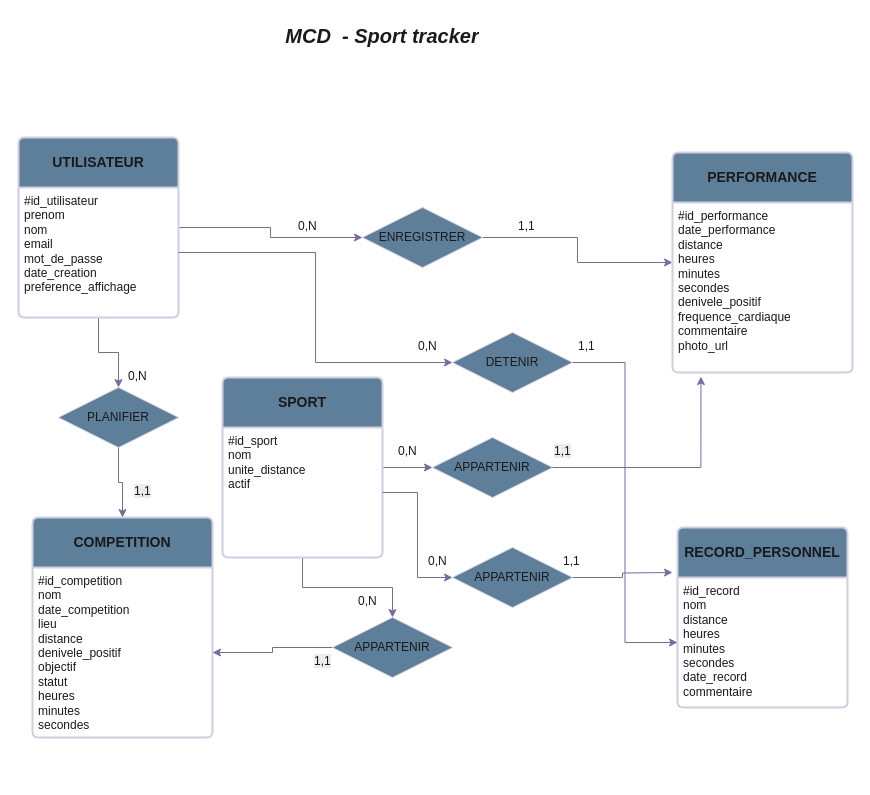
Before: docs/mld/MLD.drawio in gaetan-gerbert91/sport-tracker, a draw.io diagram. Source tidied: cells renumbered, new cells numbered last; positions are measured from the earlier drawing's top-left corner, leaving out a move shared by most shapes. Both pictures are drawn from the tidied source at 100%, with x=0, y=0 at pixel (18, 17).
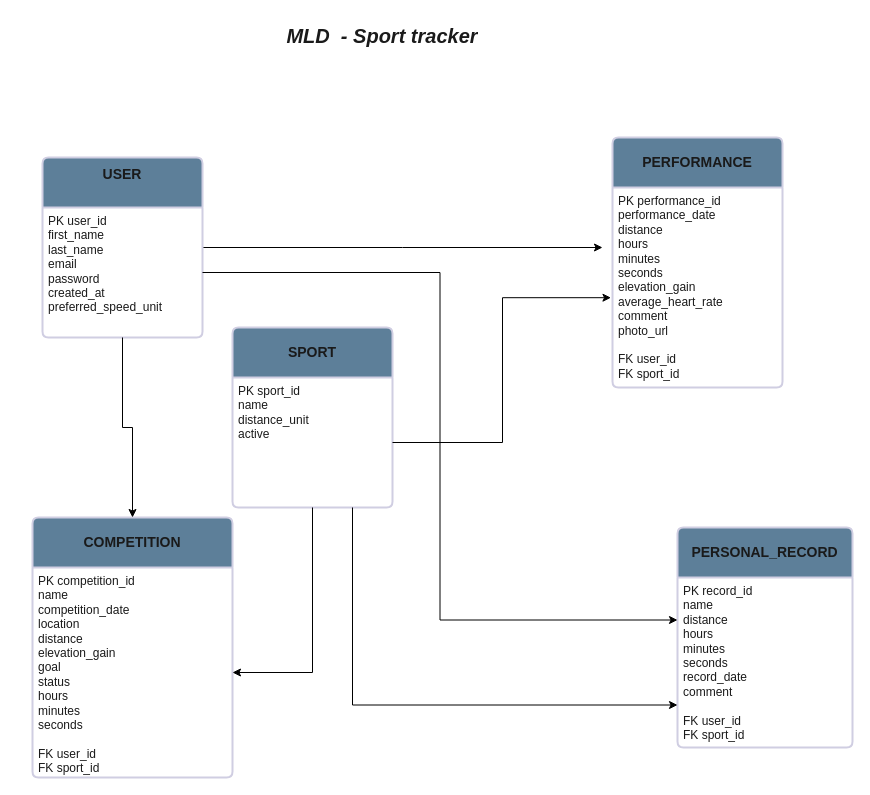
Above is the later version.

The edit, as a diff of the source:
```diff
@@
-    <mxCell id="2" style="edgeStyle=orthogonalEdgeStyle;rounded=0;jettySize=auto;html=1;exitX=1;exitY=0.5;exitDx=0;exitDy=0;entryX=0;entryY=0.5;entryDx=0;entryDy=0;strokeColor=#736CA8;fontColor=#1A1A1A;" parent="1" edge="1" source="3" target="12">
-      <mxGeometry relative="1" as="geometry" />
-    </mxCell>
-    <mxCell id="3" value="ENREGISTRER" style="shape=rhombus;perimeter=rhombusPerimeter;whiteSpace=wrap;html=1;align=center;strokeColor=#D0CEE2;fontColor=#1A1A1A;fillColor=#5D7F99;" parent="1" vertex="1">
-      <mxGeometry x="344" y="190" width="120" height="60" as="geometry" />
-    </mxCell>
-    <mxCell id="4" style="edgeStyle=orthogonalEdgeStyle;rounded=0;jettySize=auto;html=1;exitX=1;exitY=0.5;exitDx=0;exitDy=0;entryX=0;entryY=0.5;entryDx=0;entryDy=0;strokeColor=#736CA8;fontColor=#1A1A1A;" parent="1" edge="1" source="6" target="3">
-      <mxGeometry relative="1" as="geometry" />
-    </mxCell>
-    <mxCell id="5" style="edgeStyle=orthogonalEdgeStyle;rounded=0;jettySize=auto;html=1;entryX=0.5;entryY=0;entryDx=0;entryDy=0;strokeColor=#736CA8;fontColor=#1A1A1A;" parent="1" edge="1" source="6" target="23">
-      <mxGeometry relative="1" as="geometry" />
-    </mxCell>
+    <mxCell id="43" style="edgeStyle=orthogonalEdgeStyle;rounded=0;jettySize=auto;html=1;fontFamily=Helvetica;fontSize=12;fontColor=#1A1A1A;fontStyle=1;labelBackgroundColor=none;" parent="1" edge="1" source="6">
+      <mxGeometry relative="1" as="geometry">
+        <mxPoint x="584" y="230" as="targetPoint" />
+      </mxGeometry>
+    </mxCell>
-    <mxCell id="6" value="UTILISATEUR" style="swimlane;horizontal=1;startSize=50;rounded=1;fontSize=14;fontStyle=1;strokeWidth=2;shadow=0;dashed=0;align=center;arcSize=4;whiteSpace=wrap;html=1;strokeColor=#D0CEE2;fontColor=#1A1A1A;fillColor=#5D7F99;" parent="1" vertex="1">
-      <mxGeometry y="120" width="160" height="180" as="geometry" />
+    <mxCell id="6" value="&#10;USER&#10;&#10;" style="swimlane;horizontal=1;startSize=50;rounded=1;fontSize=14;fontStyle=1;strokeWidth=2;shadow=0;dashed=0;align=center;arcSize=4;whiteSpace=wrap;html=1;strokeColor=#D0CEE2;fontColor=#1A1A1A;fillColor=#5D7F99;" parent="1" vertex="1">
+      <mxGeometry x="24" y="140" width="160" height="180" as="geometry" />
     </mxCell>
-    <mxCell id="7" value="&lt;div&gt;#id_utilisateur&lt;/div&gt;&lt;div&gt;prenom&lt;/div&gt;&lt;div&gt;nom&lt;/div&gt;&lt;div&gt;email&lt;/div&gt;&lt;div&gt;mot_de_passe&lt;/div&gt;&lt;div&gt;date_creation&lt;/div&gt;&lt;div&gt;preference_affichage&lt;/div&gt;" style="align=left;strokeColor=none;fillColor=none;spacingLeft=4;spacingRight=4;fontSize=12;verticalAlign=top;html=1;whiteSpace=wrap;fontColor=#1A1A1A;" parent="6" vertex="1">
+    <mxCell id="7" value="&lt;div&gt;PK user_id&lt;/div&gt;&lt;div&gt;first_name&lt;/div&gt;&lt;div&gt;last_name&lt;/div&gt;&lt;div&gt;email&lt;/div&gt;&lt;div&gt;password&lt;/div&gt;&lt;div&gt;created_at&lt;/div&gt;&lt;div&gt;preferred_speed_unit&lt;/div&gt;" style="align=left;strokeColor=none;fillColor=none;spacingLeft=4;spacingRight=4;fontSize=12;verticalAlign=top;html=1;whiteSpace=wrap;fontColor=#1A1A1A;" parent="6" vertex="1">
       <mxGeometry y="50" width="160" height="130" as="geometry" />
     </mxCell>
-    <mxCell id="8" style="edgeStyle=orthogonalEdgeStyle;rounded=0;jettySize=auto;html=1;strokeColor=#736CA8;fontColor=#1A1A1A;" parent="1" edge="1" source="10" target="18">
-      <mxGeometry relative="1" as="geometry" />
-    </mxCell>
-    <mxCell id="9" style="edgeStyle=orthogonalEdgeStyle;rounded=0;jettySize=auto;html=1;entryX=0.5;entryY=0;entryDx=0;entryDy=0;strokeColor=#736CA8;fontColor=#1A1A1A;" parent="1" edge="1" source="10" target="21">
-      <mxGeometry relative="1" as="geometry" />
-    </mxCell>
     <mxCell id="10" value="SPORT" style="swimlane;horizontal=1;startSize=50;rounded=1;fontSize=14;fontStyle=1;strokeWidth=2;shadow=0;dashed=0;align=center;arcSize=4;whiteSpace=wrap;html=1;strokeColor=#D0CEE2;fontColor=#1A1A1A;fillColor=#5D7F99;" parent="1" vertex="1">
-      <mxGeometry x="204" y="360" width="160" height="180" as="geometry" />
+      <mxGeometry x="214" y="310" width="160" height="180" as="geometry" />
     </mxCell>
-    <mxCell id="11" value="&lt;div&gt;#id_sport&lt;/div&gt;&lt;div&gt;nom&lt;/div&gt;&lt;div&gt;unite_distance&lt;/div&gt;&lt;div&gt;actif&lt;/div&gt;" style="align=left;strokeColor=none;fillColor=none;spacingLeft=4;spacingRight=4;fontSize=12;verticalAlign=top;html=1;whiteSpace=wrap;fontColor=#1A1A1A;" parent="10" vertex="1">
+    <mxCell id="11" value="&lt;div&gt;PK sport_id&lt;/div&gt;&lt;div&gt;name&lt;/div&gt;&lt;div&gt;distance_unit&lt;/div&gt;&lt;div&gt;active&lt;/div&gt;" style="align=left;strokeColor=none;fillColor=none;spacingLeft=4;spacingRight=4;fontSize=12;verticalAlign=top;html=1;whiteSpace=wrap;fontColor=#1A1A1A;" parent="10" vertex="1">
       <mxGeometry y="50" width="160" height="130" as="geometry" />
     </mxCell>
     <mxCell id="12" value="PERFORMANCE" style="swimlane;horizontal=1;startSize=50;rounded=1;fontSize=14;fontStyle=1;strokeWidth=2;shadow=0;dashed=0;align=center;arcSize=4;whiteSpace=wrap;html=1;strokeColor=#D0CEE2;fontColor=#1A1A1A;fillColor=#5D7F99;" parent="1" vertex="1">
-      <mxGeometry x="654" y="135" width="180" height="220" as="geometry" />
+      <mxGeometry x="594" y="120" width="170" height="250" as="geometry" />
     </mxCell>
-    <mxCell id="13" value="&lt;div&gt;#id_performance&lt;/div&gt;&lt;div&gt;date_performance&lt;/div&gt;&lt;div&gt;distance&lt;/div&gt;&lt;div&gt;heures&lt;/div&gt;&lt;div&gt;minutes&lt;/div&gt;&lt;div&gt;secondes&lt;/div&gt;&lt;div&gt;denivele_positif&lt;/div&gt;&lt;div&gt;frequence_cardiaque&lt;/div&gt;&lt;div&gt;commentaire&lt;/div&gt;&lt;div&gt;photo_url&lt;/div&gt;" style="align=left;strokeColor=none;fillColor=none;spacingLeft=4;spacingRight=4;fontSize=12;verticalAlign=top;html=1;whiteSpace=wrap;fontColor=#1A1A1A;" parent="12" vertex="1">
-      <mxGeometry y="50" width="180" height="170" as="geometry" />
+    <mxCell id="13" value="&lt;div&gt;PK performance_id&lt;/div&gt;&lt;div&gt;performance_date&lt;/div&gt;&lt;div&gt;distance&lt;/div&gt;&lt;div&gt;hours&lt;/div&gt;&lt;div&gt;minutes&lt;/div&gt;&lt;div&gt;seconds&lt;/div&gt;&lt;div&gt;elevation_gain&lt;/div&gt;&lt;div&gt;average_heart_rate&lt;/div&gt;&lt;div&gt;comment&lt;/div&gt;&lt;div&gt;photo_url&lt;/div&gt;&lt;div&gt;&lt;br&gt;&lt;/div&gt;&lt;div&gt;FK user_id&lt;/div&gt;&lt;div&gt;FK sport_id&lt;/div&gt;" style="align=left;strokeColor=none;fillColor=none;spacingLeft=4;spacingRight=4;fontSize=12;verticalAlign=top;html=1;whiteSpace=wrap;fontColor=#1A1A1A;" parent="12" vertex="1">
+      <mxGeometry y="50" width="170" height="200" as="geometry" />
     </mxCell>
     <mxCell id="14" value="COMPETITION" style="swimlane;horizontal=1;startSize=50;rounded=1;fontSize=14;fontStyle=1;strokeWidth=2;shadow=0;dashed=0;align=center;arcSize=4;whiteSpace=wrap;html=1;strokeColor=#D0CEE2;fontColor=#1A1A1A;fillColor=#5D7F99;" parent="1" vertex="1">
-      <mxGeometry x="14" y="500" width="180" height="220" as="geometry" />
+      <mxGeometry x="14" y="500" width="200" height="260" as="geometry" />
     </mxCell>
-    <mxCell id="15" value="&lt;div&gt;#id_competition&lt;/div&gt;&lt;div&gt;nom&lt;/div&gt;&lt;div&gt;date_competition&lt;/div&gt;&lt;div&gt;lieu&lt;/div&gt;&lt;div&gt;distance&lt;/div&gt;&lt;div&gt;denivele_positif&lt;/div&gt;&lt;div&gt;objectif&lt;/div&gt;&lt;div&gt;statut&lt;/div&gt;&lt;div&gt;heures&lt;/div&gt;&lt;div&gt;minutes&lt;/div&gt;&lt;div&gt;secondes&lt;/div&gt;" style="align=left;strokeColor=none;fillColor=none;spacingLeft=4;spacingRight=4;fontSize=12;verticalAlign=top;html=1;whiteSpace=wrap;fontColor=#1A1A1A;" parent="14" vertex="1">
-      <mxGeometry y="50" width="180" height="170" as="geometry" />
+    <mxCell id="15" value="&lt;div&gt;PK competition_id&lt;/div&gt;&lt;div&gt;name&lt;/div&gt;&lt;div&gt;competition_date&lt;/div&gt;&lt;div&gt;location&lt;/div&gt;&lt;div&gt;distance&lt;/div&gt;&lt;div&gt;elevation_gain&lt;/div&gt;&lt;div&gt;goal&lt;/div&gt;&lt;div&gt;status&lt;/div&gt;&lt;div&gt;hours&lt;/div&gt;&lt;div&gt;minutes&lt;/div&gt;&lt;div&gt;seconds&lt;/div&gt;&lt;div&gt;&lt;br&gt;&lt;/div&gt;&lt;div&gt;FK user_id&lt;/div&gt;&lt;div&gt;FK sport_id&lt;/div&gt;" style="align=left;strokeColor=none;fillColor=none;spacingLeft=4;spacingRight=4;fontSize=12;verticalAlign=top;html=1;whiteSpace=wrap;fontColor=#1A1A1A;" parent="14" vertex="1">
+      <mxGeometry y="50" width="200" height="210" as="geometry" />
     </mxCell>
-    <mxCell id="16" value="RECORD_PERSONNEL" style="swimlane;horizontal=1;startSize=50;rounded=1;fontSize=14;fontStyle=1;strokeWidth=2;shadow=0;dashed=0;align=center;arcSize=4;whiteSpace=wrap;html=1;strokeColor=#D0CEE2;fontColor=#1A1A1A;fillColor=#5D7F99;" parent="1" vertex="1">
-      <mxGeometry x="659" y="510" width="170" height="180" as="geometry" />
+    <mxCell id="16" value="PERSONAL_RECORD" style="swimlane;horizontal=1;startSize=50;rounded=1;fontSize=14;fontStyle=1;strokeWidth=2;shadow=0;dashed=0;align=center;arcSize=4;whiteSpace=wrap;html=1;strokeColor=#D0CEE2;fontColor=#1A1A1A;fillColor=#5D7F99;" parent="1" vertex="1">
+      <mxGeometry x="659" y="510" width="175" height="220" as="geometry" />
     </mxCell>
-    <mxCell id="17" value="&lt;div&gt;#id_record&lt;/div&gt;&lt;div&gt;nom&lt;/div&gt;&lt;div&gt;distance&lt;/div&gt;&lt;div&gt;heures&lt;/div&gt;&lt;div&gt;minutes&lt;/div&gt;&lt;div&gt;secondes&lt;/div&gt;&lt;div&gt;date_record&lt;/div&gt;&lt;div&gt;commentaire&lt;/div&gt;" style="align=left;strokeColor=none;fillColor=none;spacingLeft=4;spacingRight=4;fontSize=12;verticalAlign=top;html=1;whiteSpace=wrap;fontColor=#1A1A1A;" parent="16" vertex="1">
-      <mxGeometry y="50" width="170" height="130" as="geometry" />
+    <mxCell id="17" value="&lt;div&gt;PK record_id&lt;/div&gt;&lt;div&gt;name&lt;/div&gt;&lt;div&gt;distance&lt;/div&gt;&lt;div&gt;hours&lt;/div&gt;&lt;div&gt;minutes&lt;/div&gt;&lt;div&gt;seconds&lt;/div&gt;&lt;div&gt;record_date&lt;/div&gt;&lt;div&gt;comment&lt;/div&gt;&lt;div&gt;&lt;br&gt;&lt;/div&gt;&lt;div&gt;FK user_id&lt;/div&gt;&lt;div&gt;FK sport_id&lt;/div&gt;" style="align=left;strokeColor=none;fillColor=none;spacingLeft=4;spacingRight=4;fontSize=12;verticalAlign=top;html=1;whiteSpace=wrap;fontColor=#1A1A1A;" parent="16" vertex="1">
+      <mxGeometry y="50" width="175" height="170" as="geometry" />
     </mxCell>
-    <mxCell id="18" value="APPARTENIR" style="shape=rhombus;perimeter=rhombusPerimeter;whiteSpace=wrap;html=1;align=center;strokeColor=#D0CEE2;fontColor=#1A1A1A;fillColor=#5D7F99;" parent="1" vertex="1">
-      <mxGeometry x="414" y="420" width="120" height="60" as="geometry" />
-    </mxCell>
-    <mxCell id="19" style="edgeStyle=orthogonalEdgeStyle;rounded=0;jettySize=auto;html=1;entryX=0.158;entryY=1.024;entryDx=0;entryDy=0;entryPerimeter=0;strokeColor=#736CA8;fontColor=#1A1A1A;" parent="1" edge="1" source="18" target="13">
-      <mxGeometry relative="1" as="geometry" />
-    </mxCell>
-    <mxCell id="20" style="edgeStyle=orthogonalEdgeStyle;rounded=0;jettySize=auto;html=1;exitX=0;exitY=0.5;exitDx=0;exitDy=0;entryX=1;entryY=0.5;entryDx=0;entryDy=0;strokeColor=#736CA8;fontColor=#1A1A1A;" parent="1" edge="1" source="21" target="15">
-      <mxGeometry relative="1" as="geometry" />
-    </mxCell>
-    <mxCell id="21" value="APPARTENIR" style="shape=rhombus;perimeter=rhombusPerimeter;whiteSpace=wrap;html=1;align=center;strokeColor=#D0CEE2;fontColor=#1A1A1A;fillColor=#5D7F99;" parent="1" vertex="1">
-      <mxGeometry x="314" y="600" width="120" height="60" as="geometry" />
-    </mxCell>
-    <mxCell id="22" style="edgeStyle=orthogonalEdgeStyle;rounded=0;jettySize=auto;html=1;exitX=0.5;exitY=1;exitDx=0;exitDy=0;strokeColor=#736CA8;fontColor=#1A1A1A;" parent="1" edge="1" source="23" target="14">
-      <mxGeometry relative="1" as="geometry" />
-    </mxCell>
-    <mxCell id="23" value="PLANIFIER" style="shape=rhombus;perimeter=rhombusPerimeter;whiteSpace=wrap;html=1;align=center;strokeColor=#D0CEE2;fontColor=#1A1A1A;fillColor=#5D7F99;" parent="1" vertex="1">
-      <mxGeometry x="40" y="370" width="120" height="60" as="geometry" />
-    </mxCell>
-    <mxCell id="24" style="edgeStyle=orthogonalEdgeStyle;rounded=0;jettySize=auto;html=1;exitX=1;exitY=0.5;exitDx=0;exitDy=0;entryX=0;entryY=0.5;entryDx=0;entryDy=0;strokeColor=#736CA8;fontColor=#1A1A1A;" parent="1" edge="1" source="25" target="17">
-      <mxGeometry relative="1" as="geometry" />
-    </mxCell>
-    <mxCell id="25" value="DETENIR" style="shape=rhombus;perimeter=rhombusPerimeter;whiteSpace=wrap;html=1;align=center;strokeColor=#D0CEE2;fontColor=#1A1A1A;fillColor=#5D7F99;" parent="1" vertex="1">
-      <mxGeometry x="434" y="315" width="120" height="60" as="geometry" />
-    </mxCell>
-    <mxCell id="26" style="edgeStyle=orthogonalEdgeStyle;rounded=0;jettySize=auto;html=1;entryX=0;entryY=0.5;entryDx=0;entryDy=0;strokeColor=#736CA8;fontColor=#1A1A1A;" parent="1" edge="1" source="7" target="25">
-      <mxGeometry relative="1" as="geometry" />
-    </mxCell>
-    <mxCell id="27" style="edgeStyle=orthogonalEdgeStyle;rounded=0;jettySize=auto;html=1;strokeColor=#736CA8;fontColor=#1A1A1A;" parent="1" edge="1" source="28">
-      <mxGeometry relative="1" as="geometry">
-        <mxPoint x="654" y="555" as="targetPoint" />
-      </mxGeometry>
-    </mxCell>
-    <mxCell id="28" value="APPARTENIR" style="shape=rhombus;perimeter=rhombusPerimeter;whiteSpace=wrap;html=1;align=center;strokeColor=#D0CEE2;fontColor=#1A1A1A;fillColor=#5D7F99;" parent="1" vertex="1">
-      <mxGeometry x="434" y="530" width="120" height="60" as="geometry" />
-    </mxCell>
-    <mxCell id="29" style="edgeStyle=orthogonalEdgeStyle;rounded=0;jettySize=auto;html=1;entryX=0;entryY=0.5;entryDx=0;entryDy=0;strokeColor=#736CA8;fontColor=#1A1A1A;" parent="1" edge="1" source="11" target="28">
-      <mxGeometry relative="1" as="geometry" />
-    </mxCell>
-    <mxCell id="30" value="0,N" style="text;strokeColor=none;fillColor=none;spacingLeft=4;spacingRight=4;overflow=hidden;fontSize=12;whiteSpace=wrap;html=1;fontColor=#1A1A1A;" parent="1" vertex="1">
-      <mxGeometry x="274" y="195" width="40" height="30" as="geometry" />
-    </mxCell>
-    <mxCell id="31" value="1,1" style="text;strokeColor=none;fillColor=none;spacingLeft=4;spacingRight=4;overflow=hidden;fontSize=12;whiteSpace=wrap;html=1;fontColor=#1A1A1A;" parent="1" vertex="1">
-      <mxGeometry x="494" y="195" width="40" height="30" as="geometry" />
-    </mxCell>
-    <mxCell id="32" value="0,N" style="text;strokeColor=none;fillColor=none;spacingLeft=4;spacingRight=4;overflow=hidden;fontSize=12;whiteSpace=wrap;html=1;fontColor=#1A1A1A;" parent="1" vertex="1">
-      <mxGeometry x="374" y="420" width="40" height="30" as="geometry" />
-    </mxCell>
-    <mxCell id="33" value="&lt;span style=&quot;color: rgb(26, 26, 26); font-family: Helvetica; font-size: 12px; font-style: normal; font-variant-ligatures: normal; font-variant-caps: normal; font-weight: 400; letter-spacing: normal; orphans: 2; text-align: left; text-indent: 0px; text-transform: none; widows: 2; word-spacing: 0px; -webkit-text-stroke-width: 0px; white-space: normal; background-color: rgb(236, 236, 236); text-decoration-thickness: initial; text-decoration-style: initial; text-decoration-color: initial; display: inline !important; float: none;&quot;&gt;1,1&lt;/span&gt;" style="text;whiteSpace=wrap;html=1;fontColor=#1A1A1A;" parent="1" vertex="1">
-      <mxGeometry x="534" y="420" width="50" height="40" as="geometry" />
-    </mxCell>
-    <mxCell id="34" value="0,N" style="text;strokeColor=none;fillColor=none;spacingLeft=4;spacingRight=4;overflow=hidden;fontSize=12;whiteSpace=wrap;html=1;fontColor=#1A1A1A;" parent="1" vertex="1">
-      <mxGeometry x="104" y="345" width="40" height="30" as="geometry" />
-    </mxCell>
-    <mxCell id="35" value="&lt;span style=&quot;color: rgb(26, 26, 26); font-family: Helvetica; font-size: 12px; font-style: normal; font-variant-ligatures: normal; font-variant-caps: normal; font-weight: 400; letter-spacing: normal; orphans: 2; text-align: left; text-indent: 0px; text-transform: none; widows: 2; word-spacing: 0px; -webkit-text-stroke-width: 0px; white-space: normal; background-color: rgb(236, 236, 236); text-decoration-thickness: initial; text-decoration-style: initial; text-decoration-color: initial; display: inline !important; float: none;&quot;&gt;1,1&lt;/span&gt;" style="text;whiteSpace=wrap;html=1;fontColor=#1A1A1A;" parent="1" vertex="1">
-      <mxGeometry x="114" y="460" width="50" height="40" as="geometry" />
-    </mxCell>
-    <mxCell id="36" value="&lt;span style=&quot;color: rgb(26, 26, 26); font-family: Helvetica; font-size: 12px; font-style: normal; font-variant-ligatures: normal; font-variant-caps: normal; font-weight: 400; letter-spacing: normal; orphans: 2; text-align: left; text-indent: 0px; text-transform: none; widows: 2; word-spacing: 0px; -webkit-text-stroke-width: 0px; white-space: normal; background-color: rgb(236, 236, 236); text-decoration-thickness: initial; text-decoration-style: initial; text-decoration-color: initial; display: inline !important; float: none;&quot;&gt;1,1&lt;/span&gt;" style="text;whiteSpace=wrap;html=1;fontColor=#1A1A1A;" parent="1" vertex="1">
-      <mxGeometry x="294" y="630" width="50" height="40" as="geometry" />
-    </mxCell>
-    <mxCell id="37" value="0,N" style="text;strokeColor=none;fillColor=none;spacingLeft=4;spacingRight=4;overflow=hidden;fontSize=12;whiteSpace=wrap;html=1;fontColor=#1A1A1A;" parent="1" vertex="1">
-      <mxGeometry x="334" y="570" width="40" height="30" as="geometry" />
-    </mxCell>
-    <mxCell id="38" value="0,N" style="text;strokeColor=none;fillColor=none;spacingLeft=4;spacingRight=4;overflow=hidden;fontSize=12;whiteSpace=wrap;html=1;fontColor=#1A1A1A;" parent="1" vertex="1">
-      <mxGeometry x="394" y="315" width="40" height="30" as="geometry" />
-    </mxCell>
-    <mxCell id="39" value="1,1" style="text;strokeColor=none;fillColor=none;spacingLeft=4;spacingRight=4;overflow=hidden;fontSize=12;whiteSpace=wrap;html=1;fontColor=#1A1A1A;" parent="1" vertex="1">
-      <mxGeometry x="554" y="315" width="40" height="30" as="geometry" />
-    </mxCell>
-    <mxCell id="40" value="1,1" style="text;strokeColor=none;fillColor=none;spacingLeft=4;spacingRight=4;overflow=hidden;fontSize=12;whiteSpace=wrap;html=1;fontColor=#1A1A1A;" parent="1" vertex="1">
-      <mxGeometry x="539" y="530" width="40" height="30" as="geometry" />
-    </mxCell>
-    <mxCell id="41" value="0,N" style="text;strokeColor=none;fillColor=none;spacingLeft=4;spacingRight=4;overflow=hidden;fontSize=12;whiteSpace=wrap;html=1;fontColor=#1A1A1A;" parent="1" vertex="1">
-      <mxGeometry x="404" y="530" width="40" height="30" as="geometry" />
-    </mxCell>
-    <mxCell id="42" value="&lt;font style=&quot;font-size: 20px;&quot;&gt;&lt;b&gt;&lt;i&gt;MCD&amp;nbsp; - Sport tracker&lt;/i&gt;&lt;/b&gt;&lt;/font&gt;" style="text;strokeColor=none;fillColor=none;spacingLeft=4;spacingRight=4;overflow=hidden;fontSize=12;whiteSpace=wrap;html=1;fontColor=#1A1A1A;align=center;" parent="1" vertex="1">
+    <mxCell id="42" value="&lt;font style=&quot;font-size: 20px;&quot;&gt;&lt;b&gt;&lt;i&gt;MLD&amp;nbsp; - Sport tracker&lt;/i&gt;&lt;/b&gt;&lt;/font&gt;" style="text;strokeColor=none;fillColor=none;spacingLeft=4;spacingRight=4;overflow=hidden;fontSize=12;whiteSpace=wrap;html=1;fontColor=#1A1A1A;align=center;" parent="1" vertex="1">
       <mxGeometry x="194" width="340" height="60" as="geometry" />
     </mxCell>
+    <mxCell id="44" style="edgeStyle=orthogonalEdgeStyle;rounded=0;jettySize=auto;html=1;entryX=0;entryY=0.25;entryDx=0;entryDy=0;fontFamily=Helvetica;fontSize=12;fontColor=#1A1A1A;fontStyle=1;labelBackgroundColor=none;" parent="1" edge="1" source="7" target="17">
+      <mxGeometry relative="1" as="geometry" />
+    </mxCell>
+    <mxCell id="45" style="edgeStyle=orthogonalEdgeStyle;rounded=0;jettySize=auto;html=1;fontFamily=Helvetica;fontSize=12;fontColor=#1A1A1A;fontStyle=1;labelBackgroundColor=none;" parent="1" edge="1" source="7" target="14">
+      <mxGeometry relative="1" as="geometry" />
+    </mxCell>
+    <mxCell id="46" style="edgeStyle=orthogonalEdgeStyle;rounded=0;jettySize=auto;html=1;entryX=1;entryY=0.5;entryDx=0;entryDy=0;fontFamily=Helvetica;fontSize=12;fontColor=#1A1A1A;fontStyle=1;labelBackgroundColor=none;" parent="1" edge="1" source="11" target="15">
+      <mxGeometry relative="1" as="geometry" />
+    </mxCell>
+    <mxCell id="47" style="edgeStyle=orthogonalEdgeStyle;rounded=0;jettySize=auto;html=1;entryX=-0.009;entryY=0.551;entryDx=0;entryDy=0;entryPerimeter=0;fontFamily=Helvetica;fontSize=12;fontColor=#1A1A1A;fontStyle=1;labelBackgroundColor=none;" parent="1" edge="1" source="11" target="13">
+      <mxGeometry relative="1" as="geometry" />
+    </mxCell>
+    <mxCell id="48" style="edgeStyle=orthogonalEdgeStyle;rounded=0;jettySize=auto;html=1;exitX=0.75;exitY=1;exitDx=0;exitDy=0;entryX=0;entryY=0.75;entryDx=0;entryDy=0;fontFamily=Helvetica;fontSize=12;fontColor=#1A1A1A;fontStyle=1;labelBackgroundColor=none;" parent="1" edge="1" source="11" target="17">
+      <mxGeometry relative="1" as="geometry" />
+    </mxCell>
```
